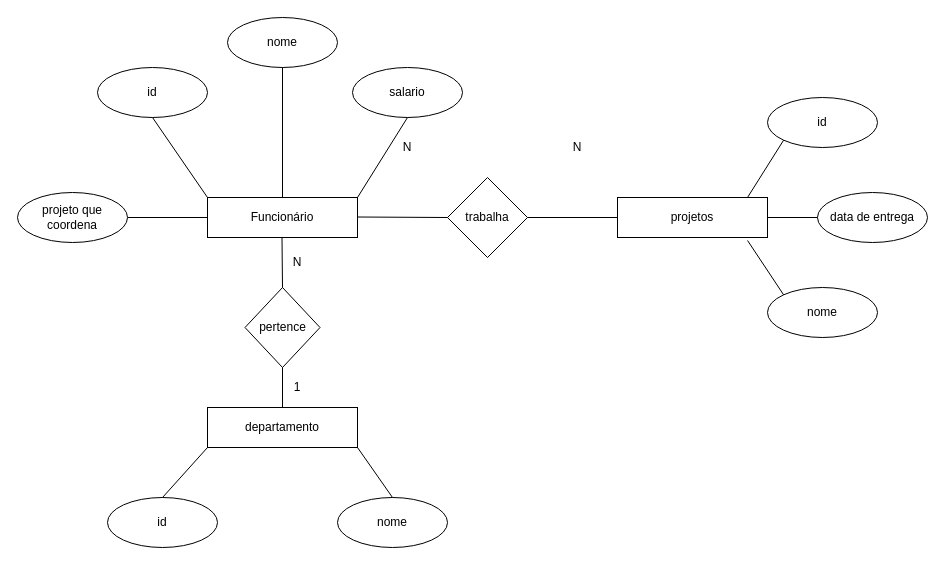
Above: Meu Primeiro Diagrama.drawio in GoncaloPereira97/CESAE_Softdev_PRT_1023 (draw.io), before the change. Source tidied: cells renumbered, new cells numbered last; positions are measured from the earlier drawing's top-left corner, leaving out a move shared by most shapes. Both pictures are drawn from the tidied source at 100%, with x=0, y=0 at pixel (17, 17).
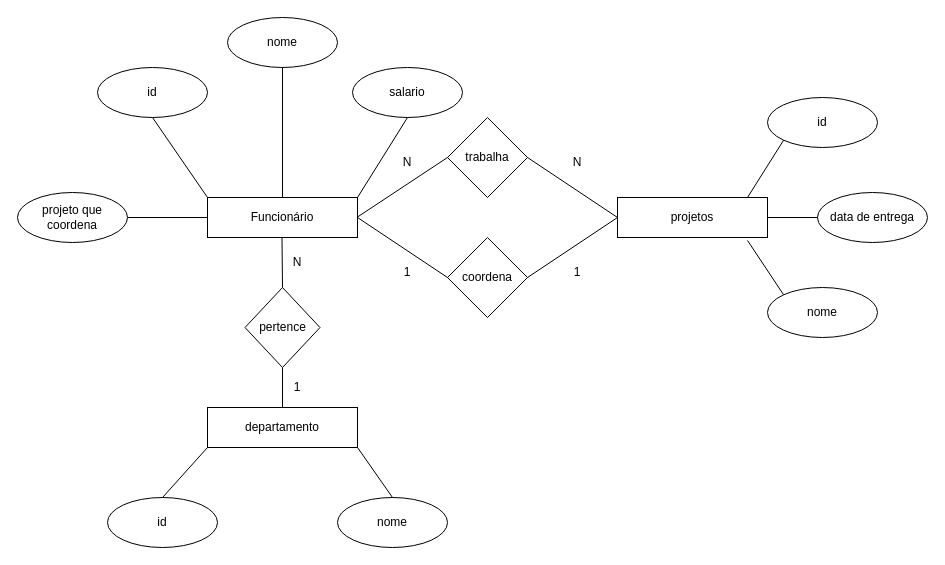
After the change.

The change refers to these unchanged cells:
```xml
<mxCell id="2" value="Funcionário" style="rounded=0;whiteSpace=wrap;html=1;" parent="1" vertex="1">
  <mxGeometry x="190" y="180" width="150" height="40" as="geometry" />
</mxCell>
<mxCell id="4" value="projetos" style="rounded=0;whiteSpace=wrap;html=1;" parent="1" vertex="1">
  <mxGeometry x="600" y="180" width="150" height="40" as="geometry" />
</mxCell>
```

Diff of the diagram source:
```diff
@@
     <mxCell id="5" value="trabalha" style="rhombus;whiteSpace=wrap;html=1;" parent="1" vertex="1">
-      <mxGeometry x="430" y="160" width="80" height="80" as="geometry" />
+      <mxGeometry x="430" y="100" width="80" height="80" as="geometry" />
     </mxCell>
@@
     <mxCell id="7" value="N" style="text;html=1;strokeColor=none;fillColor=none;align=center;verticalAlign=middle;whiteSpace=wrap;rounded=0;" parent="1" vertex="1">
-      <mxGeometry x="360" y="115" width="60" height="30" as="geometry" />
+      <mxGeometry x="360" y="130" width="60" height="30" as="geometry" />
     </mxCell>
     <mxCell id="8" value="N" style="text;html=1;strokeColor=none;fillColor=none;align=center;verticalAlign=middle;whiteSpace=wrap;rounded=0;" parent="1" vertex="1">
-      <mxGeometry x="530" y="115" width="60" height="30" as="geometry" />
+      <mxGeometry x="530" y="130" width="60" height="30" as="geometry" />
     </mxCell>
@@
+    <mxCell id="33" value="coordena" style="rhombus;whiteSpace=wrap;html=1;" parent="1" vertex="1">
+      <mxGeometry x="430" y="220" width="80" height="80" as="geometry" />
+    </mxCell>
+    <mxCell id="34" style="endArrow=none;html=1;rounded=0;entryX=0;entryY=0.5;entryDx=0;entryDy=0;exitX=1;exitY=0.5;exitDx=0;exitDy=0;" parent="1" edge="1" source="2" target="33">
+      <mxGeometry relative="1" as="geometry" />
+    </mxCell>
+    <mxCell id="35" style="endArrow=none;html=1;rounded=0;entryX=0;entryY=0.5;entryDx=0;entryDy=0;exitX=1;exitY=0.5;exitDx=0;exitDy=0;" parent="1" edge="1" source="33" target="4">
+      <mxGeometry relative="1" as="geometry" />
+    </mxCell>
+    <mxCell id="36" value="1" style="text;html=1;strokeColor=none;fillColor=none;align=center;verticalAlign=middle;whiteSpace=wrap;rounded=0;" parent="1" vertex="1">
+      <mxGeometry x="530" y="240" width="60" height="30" as="geometry" />
+    </mxCell>
+    <mxCell id="37" value="1" style="text;html=1;strokeColor=none;fillColor=none;align=center;verticalAlign=middle;whiteSpace=wrap;rounded=0;" parent="1" vertex="1">
+      <mxGeometry x="360" y="240" width="60" height="30" as="geometry" />
+    </mxCell>
```
